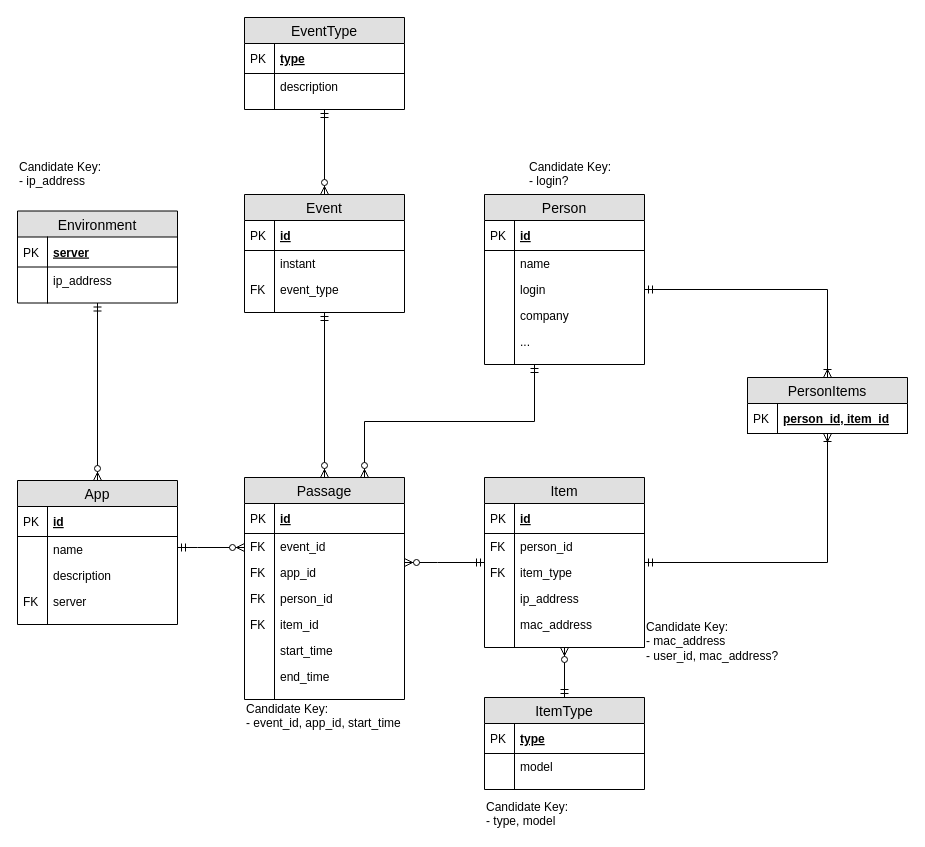
Above: page "ER Extended" (2 of 2) of documentation/models/db_model.drawio in apm1005/TFG (draw.io), before the change. Source tidied: cells renumbered, new cells numbered last; positions are measured from the earlier drawing's top-left corner, leaving out a move shared by most shapes. Both pictures are drawn from the tidied source at 100%, with x=0, y=0 at pixel (17, 17).
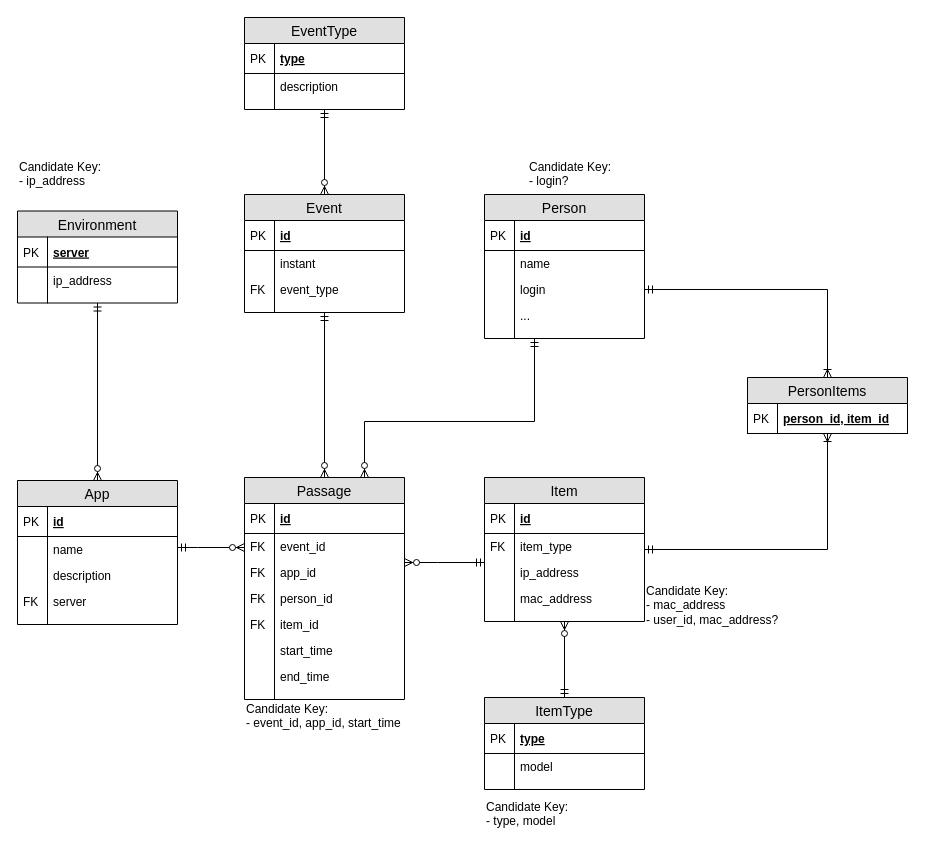
The same page after the edit.

Commit message (it also covers changes not shown here):
Deleted person_id attribute from Item entity #29

Change to the diagram source:
```diff
@@
     <mxCell id="51" value="Person" style="swimlane;fontStyle=0;horizontal=1;startSize=26;fillColor=#e0e0e0;swimlaneFillColor=#ffffff;align=center;fontSize=14;" parent="1" vertex="1">
-      <mxGeometry x="467" y="177" width="160" height="170" as="geometry" />
+      <mxGeometry x="467" y="177" width="160" height="144" as="geometry" />
     </mxCell>
@@
-    <mxCell id="58" value="company" style="shape=partialRectangle;top=0;left=0;right=0;bottom=0;align=left;verticalAlign=top;fillColor=none;spacingLeft=34;spacingRight=4;overflow=hidden;fontSize=12;" parent="51" vertex="1">
-      <mxGeometry y="108" width="160" height="26" as="geometry" />
-    </mxCell>
-    <mxCell id="59" style="shape=partialRectangle;top=0;left=0;bottom=0;fillColor=none;align=left;verticalAlign=top;spacingLeft=4;spacingRight=4;overflow=hidden;fontSize=12;" parent="58" vertex="1">
-      <mxGeometry width="30" height="26" as="geometry" />
-    </mxCell>
     <mxCell id="60" value="..." style="shape=partialRectangle;top=0;left=0;right=0;bottom=0;align=left;verticalAlign=top;fillColor=none;spacingLeft=34;spacingRight=4;overflow=hidden;fontSize=12;" parent="51" vertex="1">
-      <mxGeometry y="134" width="160" height="26" as="geometry" />
+      <mxGeometry y="108" width="160" height="26" as="geometry" />
     </mxCell>
@@
     <mxCell id="62" style="shape=partialRectangle;top=0;left=0;right=0;bottom=0;align=left;verticalAlign=top;fillColor=none;spacingLeft=34;spacingRight=4;overflow=hidden;fontSize=12;" parent="51" vertex="1">
-      <mxGeometry y="160" width="160" height="10" as="geometry" />
+      <mxGeometry y="134" width="160" height="10" as="geometry" />
     </mxCell>
@@
     <mxCell id="66" value="Item" style="swimlane;fontStyle=0;horizontal=1;startSize=26;fillColor=#e0e0e0;swimlaneFillColor=#ffffff;align=center;fontSize=14;" parent="1" vertex="1">
-      <mxGeometry x="467" y="460" width="160" height="170" as="geometry" />
+      <mxGeometry x="467" y="460" width="160" height="144" as="geometry" />
     </mxCell>
@@
-    <mxCell id="69" value="person_id" style="shape=partialRectangle;top=0;left=0;right=0;bottom=0;align=left;verticalAlign=top;fillColor=none;spacingLeft=34;spacingRight=4;overflow=hidden;fontSize=12;" parent="66" vertex="1">
-      <mxGeometry y="56" width="160" height="26" as="geometry" />
-    </mxCell>
-    <mxCell id="70" value="FK" style="shape=partialRectangle;top=0;left=0;bottom=0;fillColor=none;align=left;verticalAlign=top;spacingLeft=4;spacingRight=4;overflow=hidden;fontSize=12;" parent="69" vertex="1">
-      <mxGeometry width="30" height="26" as="geometry" />
-    </mxCell>
     <mxCell id="71" value="item_type" style="shape=partialRectangle;top=0;left=0;right=0;bottom=0;align=left;verticalAlign=top;fillColor=none;spacingLeft=34;spacingRight=4;overflow=hidden;fontSize=12;" parent="66" vertex="1">
-      <mxGeometry y="82" width="160" height="26" as="geometry" />
+      <mxGeometry y="56" width="160" height="26" as="geometry" />
     </mxCell>
@@
     <mxCell id="73" value="ip_address" style="shape=partialRectangle;top=0;left=0;right=0;bottom=0;align=left;verticalAlign=top;fillColor=none;spacingLeft=34;spacingRight=4;overflow=hidden;fontSize=12;" parent="66" vertex="1">
-      <mxGeometry y="108" width="160" height="26" as="geometry" />
+      <mxGeometry y="82" width="160" height="26" as="geometry" />
     </mxCell>
@@
     <mxCell id="75" value="mac_address" style="shape=partialRectangle;top=0;left=0;right=0;bottom=0;align=left;verticalAlign=top;fillColor=none;spacingLeft=34;spacingRight=4;overflow=hidden;fontSize=12;" parent="66" vertex="1">
-      <mxGeometry y="134" width="160" height="26" as="geometry" />
+      <mxGeometry y="108" width="160" height="26" as="geometry" />
     </mxCell>
@@
     <mxCell id="77" style="shape=partialRectangle;top=0;left=0;right=0;bottom=0;align=left;verticalAlign=top;fillColor=none;spacingLeft=34;spacingRight=4;overflow=hidden;fontSize=12;" parent="66" vertex="1">
-      <mxGeometry y="160" width="160" height="10" as="geometry" />
+      <mxGeometry y="134" width="160" height="10" as="geometry" />
     </mxCell>
@@
     <mxCell id="96" value="Candidate Key:&lt;br&gt;- mac_address&lt;br&gt;- user_id, mac_address?" style="text;html=1;align=left;verticalAlign=top;spacingTop=-4;" parent="1" vertex="1">
-      <mxGeometry x="627" y="600" width="150" height="40" as="geometry" />
+      <mxGeometry x="627" y="564" width="150" height="40" as="geometry" />
     </mxCell>
```
